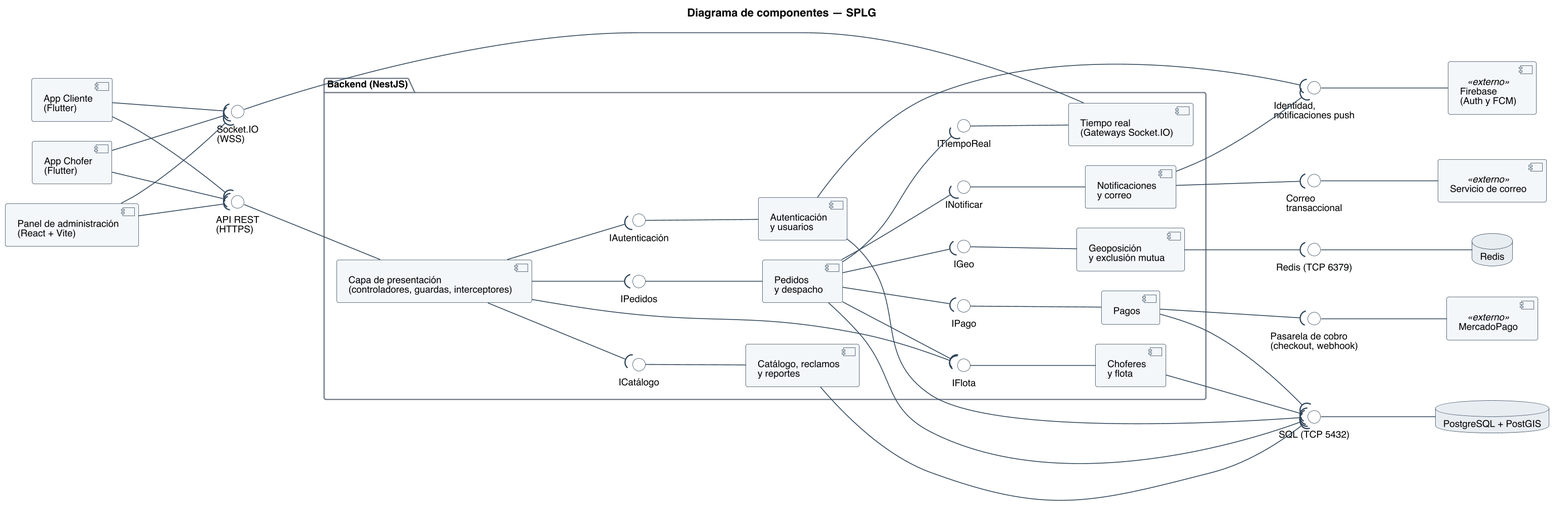
Nahuelito-Dev/splg-docs keeps this PlantUML diagram as diagramas/uml/UML_Componentes.png. Above is the earlier version.
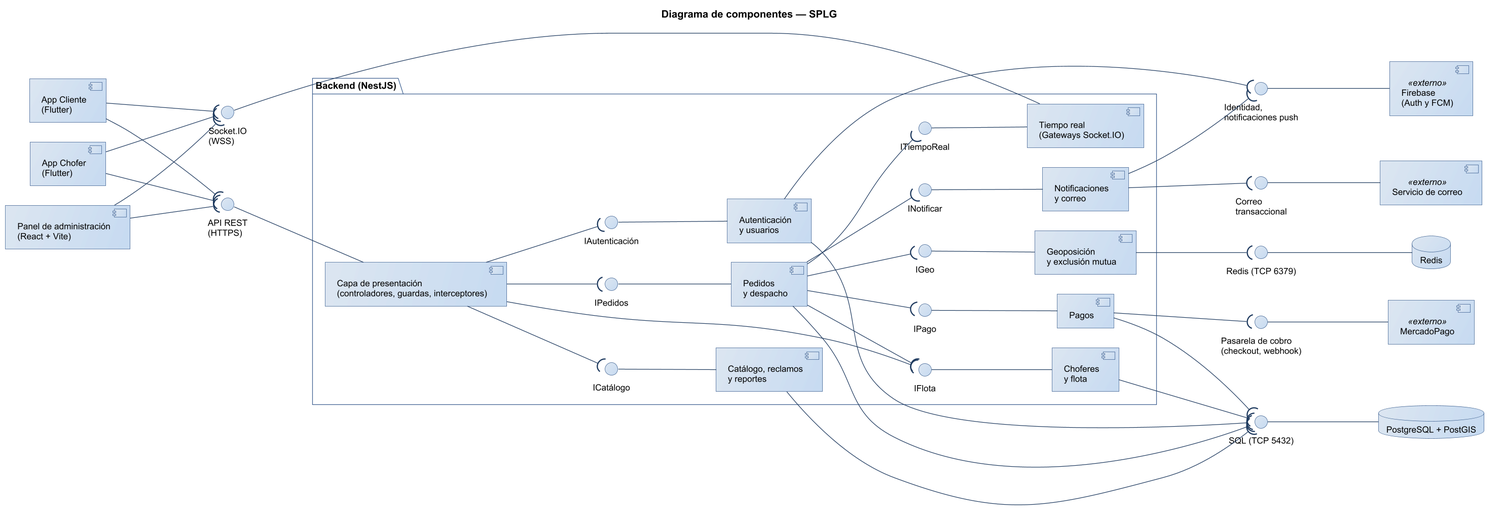
Later version of the same file.

Change to the diagram source:
```diff
@@ -1,30 +1,8 @@
 @startuml
 title Diagrama de componentes — SPLG
-skinparam backgroundColor #FFFFFF
-skinparam shadowing false
-skinparam defaultFontName Helvetica
-skinparam defaultFontSize 12
-skinparam dpi 150
+!include ../estilo-vp.iuml
 skinparam componentStyle uml2
 skinparam nodesep 25
-skinparam ArrowColor #2C4257
-skinparam ArrowFontSize 11
-skinparam component {
-  BorderColor #2C4257
-  BackgroundColor #F4F7FA
-}
-skinparam package {
-  BorderColor #6B7683
-  FontStyle bold
-}
-skinparam interface {
-  BorderColor #2C4257
-  BackgroundColor #FFFFFF
-}
-skinparam database {
-  BorderColor #2C4257
-  BackgroundColor #E8EDF2
-}
 left to right direction
 skinparam nodesep 25
 skinparam ranksep 90
```
